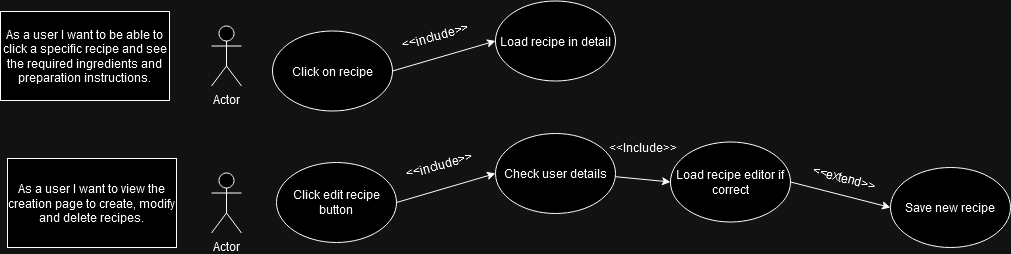
Above: Other/UML diagrams/Sprint3-user-stories.png in timbirtles/COMP1004-CocktailBook (draw.io), before the change. Source tidied: cells renumbered, new cells last; positions are measured from the earlier drawing's top-left corner, leaving out a move shared by most shapes.
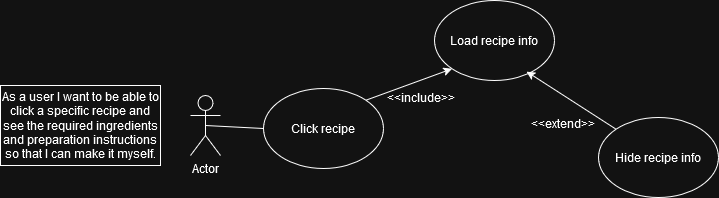
After the change.

The edit, as a diff of the source:
```diff
@@ -2,61 +2,35 @@
   <root>
     <mxCell id="0" />
     <mxCell id="1" parent="0" />
-    <mxCell id="2" value="As a user I want to be able to click a specific recipe and see the required ingredients and preparation instructions." style="rounded=0;whiteSpace=wrap;html=1;" parent="1" vertex="1">
-      <mxGeometry y="10" width="169" height="89" as="geometry" />
-    </mxCell>
-    <mxCell id="3" value="As a user I want to view the creation page to create, modify and delete recipes." style="rounded=0;whiteSpace=wrap;html=1;" parent="1" vertex="1">
-      <mxGeometry x="7" y="157" width="169" height="89" as="geometry" />
-    </mxCell>
-    <mxCell id="4" value="Actor" style="shape=umlActor;verticalLabelPosition=bottom;verticalAlign=top;html=1;" parent="1" vertex="1">
-      <mxGeometry x="211" y="24.5" width="30" height="60" as="geometry" />
-    </mxCell>
-    <mxCell id="5" value="Click on recipe" style="ellipse;whiteSpace=wrap;html=1;" parent="1" vertex="1">
-      <mxGeometry x="272" y="29.5" width="120" height="80" as="geometry" />
-    </mxCell>
-    <mxCell id="6" value="Load recipe in detail" style="ellipse;whiteSpace=wrap;html=1;" parent="1" vertex="1">
-      <mxGeometry x="495" y="-0.5" width="120" height="80" as="geometry" />
-    </mxCell>
-    <mxCell id="7" style="endArrow=classic;html=1;rounded=0;exitX=1;exitY=0.5;exitDx=0;exitDy=0;entryX=0;entryY=0.5;entryDx=0;entryDy=0;" parent="1" edge="1" source="5" target="6">
-      <mxGeometry relative="1" as="geometry" />
-    </mxCell>
-    <mxCell id="8" value="&amp;lt;&amp;lt;include&amp;gt;&amp;gt;" style="text;html=1;align=center;verticalAlign=middle;whiteSpace=wrap;rounded=0;rotation=-15;" parent="1" vertex="1">
-      <mxGeometry x="405" y="19.5" width="60" height="30" as="geometry" />
-    </mxCell>
-    <mxCell id="9" value="Actor" style="shape=umlActor;verticalLabelPosition=bottom;verticalAlign=top;html=1;" parent="1" vertex="1">
-      <mxGeometry x="211" y="171.5" width="30" height="60" as="geometry" />
-    </mxCell>
-    <mxCell id="10" value="Click edit recipe button" style="ellipse;whiteSpace=wrap;html=1;" parent="1" vertex="1">
-      <mxGeometry x="276" y="161" width="120" height="80" as="geometry" />
-    </mxCell>
-    <mxCell id="11" value="Load recipe editor if correct" style="ellipse;whiteSpace=wrap;html=1;" parent="1" vertex="1">
-      <mxGeometry x="670" y="140.5" width="120" height="80" as="geometry" />
-    </mxCell>
-    <mxCell id="12" style="endArrow=classic;html=1;rounded=0;entryX=0;entryY=0.5;entryDx=0;entryDy=0;" parent="1" edge="1" target="11">
-      <mxGeometry relative="1" as="geometry">
-        <mxPoint x="613" y="175" as="sourcePoint" />
-      </mxGeometry>
-    </mxCell>
-    <mxCell id="13" value="&amp;lt;&amp;lt;include&amp;gt;&amp;gt;" style="text;html=1;align=center;verticalAlign=middle;whiteSpace=wrap;rounded=0;rotation=-15;" parent="1" vertex="1">
-      <mxGeometry x="409" y="149" width="60" height="30" as="geometry" />
-    </mxCell>
-    <mxCell id="14" value="Save new recipe" style="ellipse;whiteSpace=wrap;html=1;" parent="1" vertex="1">
-      <mxGeometry x="890" y="166" width="120" height="80" as="geometry" />
-    </mxCell>
+    <mxCell id="20" value="As a user I want to be able to click a specific recipe and see the required ingredients and preparation instructions so that I can make it myself." style="rounded=0;whiteSpace=wrap;html=1;" parent="1" vertex="1">
+      <mxGeometry x="281" y="138.5" width="160" height="80" as="geometry" />
+    </mxCell>
+    <mxCell id="21" value="Actor" style="shape=umlActor;verticalLabelPosition=bottom;verticalAlign=top;html=1;outlineConnect=0;" parent="1" vertex="1">
+      <mxGeometry x="471" y="148.5" width="30" height="60" as="geometry" />
+    </mxCell>
+    <mxCell id="22" value="Click recipe" style="ellipse;whiteSpace=wrap;html=1;" parent="1" vertex="1">
+      <mxGeometry x="544" y="141.5" width="120" height="80" as="geometry" />
+    </mxCell>
+    <mxCell id="23" value="Load recipe info" style="ellipse;whiteSpace=wrap;html=1;" parent="1" vertex="1">
+      <mxGeometry x="715" y="53.5" width="120" height="80" as="geometry" />
+    </mxCell>
+    <mxCell id="24" style="endArrow=classic;html=1;rounded=0;exitX=1;exitY=0;exitDx=0;exitDy=0;entryX=0;entryY=1;entryDx=0;entryDy=0;" parent="1" edge="1" source="22" target="23">
+      <mxGeometry relative="1" as="geometry" />
+    </mxCell>
+    <mxCell id="25" value="&amp;lt;&amp;lt;include&amp;gt;&amp;gt;" style="text;html=1;align=center;verticalAlign=middle;whiteSpace=wrap;rounded=0;" parent="1" vertex="1">
+      <mxGeometry x="672" y="135.5" width="60" height="30" as="geometry" />
+    </mxCell>
+    <mxCell id="26" style="endArrow=none;html=1;rounded=0;exitX=0.5;exitY=0.5;exitDx=0;exitDy=0;exitPerimeter=0;entryX=0;entryY=0.5;entryDx=0;entryDy=0;" parent="1" edge="1" source="21" target="22">
+      <mxGeometry relative="1" as="geometry" />
+    </mxCell>
+    <mxCell id="27" value="Hide recipe info" style="ellipse;whiteSpace=wrap;html=1;" parent="1" vertex="1">
+      <mxGeometry x="879" y="170.5" width="120" height="80" as="geometry" />
+    </mxCell>
+    <mxCell id="28" style="endArrow=classic;html=1;rounded=0;exitX=0;exitY=0;exitDx=0;exitDy=0;entryX=0.767;entryY=0.888;entryDx=0;entryDy=0;entryPerimeter=0;" parent="1" edge="1" source="27" target="23">
+      <mxGeometry relative="1" as="geometry" />
+    </mxCell>
-    <mxCell id="15" value="&amp;lt;&amp;lt;extend&amp;gt;&amp;gt;" style="text;html=1;align=center;verticalAlign=middle;whiteSpace=wrap;rounded=0;rotation=15;" parent="1" vertex="1">
+    <mxCell id="15" value="&amp;lt;&amp;lt;extend&amp;gt;&amp;gt;" style="text;html=1;align=center;verticalAlign=middle;whiteSpace=wrap;rounded=0;" parent="1" vertex="1">
       <mxGeometry x="814" y="161.5" width="60" height="30" as="geometry" />
     </mxCell>
-    <mxCell id="16" style="endArrow=classic;html=1;rounded=0;exitX=1;exitY=0.5;exitDx=0;exitDy=0;entryX=0;entryY=0.5;entryDx=0;entryDy=0;" parent="1" edge="1" source="11" target="14">
-      <mxGeometry relative="1" as="geometry" />
-    </mxCell>
-    <mxCell id="17" value="Check user details" style="ellipse;whiteSpace=wrap;html=1;" parent="1" vertex="1">
-      <mxGeometry x="495" y="132" width="120" height="80" as="geometry" />
-    </mxCell>
-    <mxCell id="18" style="endArrow=classic;html=1;rounded=0;entryX=0;entryY=0.5;entryDx=0;entryDy=0;exitX=1;exitY=0.5;exitDx=0;exitDy=0;" parent="1" edge="1" source="10" target="17">
-      <mxGeometry relative="1" as="geometry" />
-    </mxCell>
-    <mxCell id="19" value="&amp;lt;&amp;lt;Include&amp;gt;&amp;gt;" style="text;html=1;align=center;verticalAlign=middle;whiteSpace=wrap;rounded=0;rotation=0;" parent="1" vertex="1">
-      <mxGeometry x="613" y="131" width="60" height="30" as="geometry" />
-    </mxCell>
   </root>
 </mxGraphModel>
```
